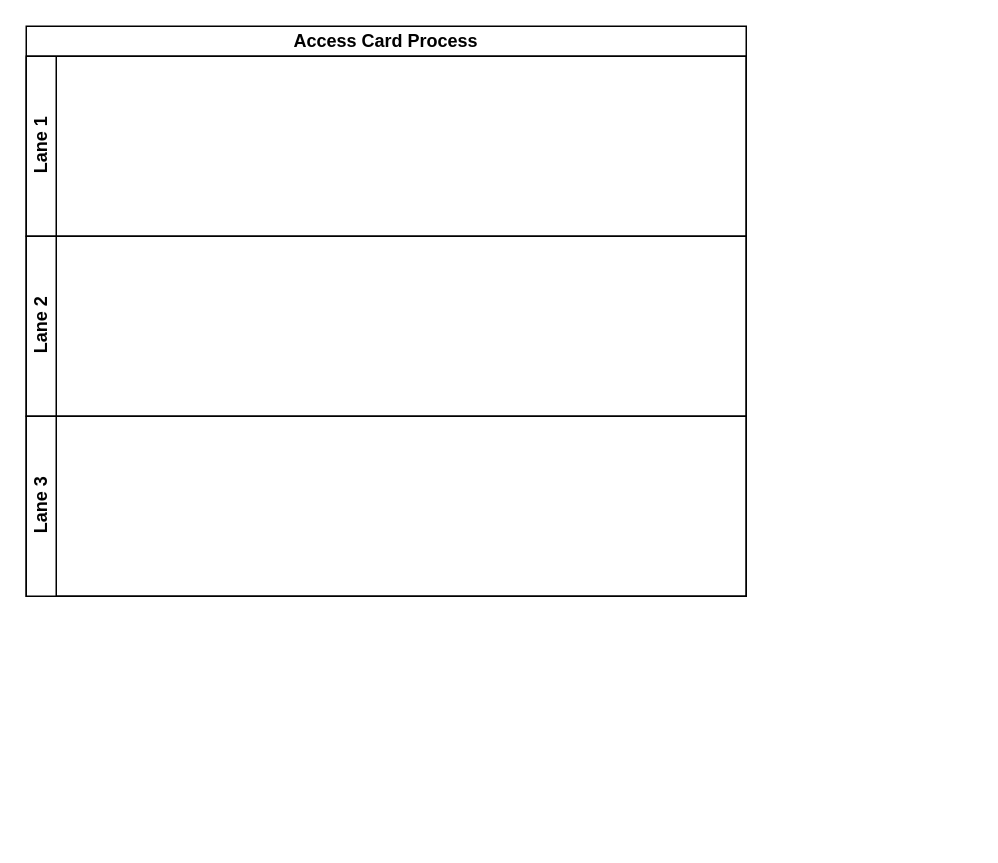
Earlier version of the draw.io diagram Access_Card_Process.drawio (Adityacs001/snippet). Source tidied: cells renumbered, new cells numbered last; positions are measured from the earlier drawing's top-left corner, leaving out a move shared by most shapes. Both pictures are drawn from the tidied source at 150%, with x=0, y=0 at pixel (26, 26).
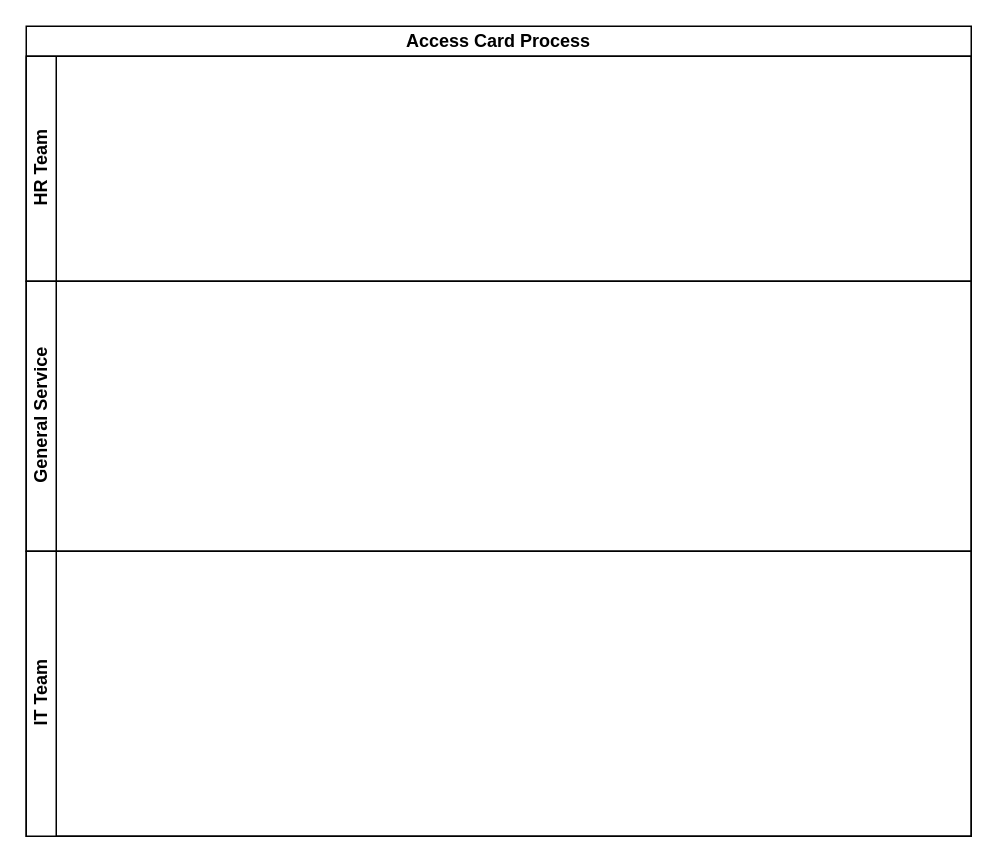
The same diagram, later.

The edit, as a diff of the source:
```diff
@@
 <mxGraphModel>
   <root>
     <mxCell id="0" />
     <mxCell id="1" parent="0" />
     <mxCell id="2" value="Access Card Process" style="swimlane;html=1;horizontal=1;startSize=20;whiteSpace=wrap;" parent="1" vertex="1">
-      <mxGeometry width="480" height="380" as="geometry" />
+      <mxGeometry width="630" height="540" as="geometry" />
     </mxCell>
-    <mxCell id="3" value="Lane 1" style="swimlane;html=1;startSize=20;horizontal=0;" parent="2" vertex="1">
-      <mxGeometry y="20" width="480" height="120" as="geometry" />
+    <mxCell id="3" value="HR Team" style="swimlane;html=1;startSize=20;horizontal=0;" parent="2" vertex="1">
+      <mxGeometry y="20" width="630" height="150" as="geometry" />
     </mxCell>
-    <mxCell id="4" value="Lane 2" style="swimlane;html=1;startSize=20;horizontal=0;" parent="2" vertex="1">
-      <mxGeometry y="140" width="480" height="120" as="geometry" />
+    <mxCell id="4" value="General Service" style="swimlane;html=1;startSize=20;horizontal=0;" parent="2" vertex="1">
+      <mxGeometry y="170" width="630" height="180" as="geometry" />
     </mxCell>
-    <mxCell id="5" value="Lane 3" style="swimlane;html=1;startSize=20;horizontal=0;" parent="2" vertex="1">
-      <mxGeometry y="260" width="480" height="120" as="geometry" />
+    <mxCell id="5" value="IT Team" style="swimlane;html=1;startSize=20;horizontal=0;" parent="2" vertex="1">
+      <mxGeometry y="350" width="630" height="190" as="geometry" />
     </mxCell>
   </root>
 </mxGraphModel>
```
